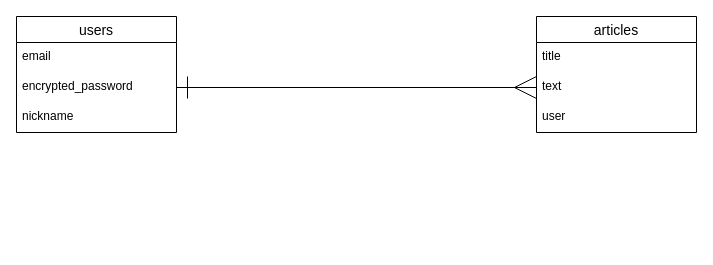
Above: potsicleapp.dio in kazuki0925/posticleapp (draw.io), before the change. Source tidied: cells renumbered, new cells numbered last; positions are measured from the earlier drawing's top-left corner, leaving out a move shared by most shapes. Both pictures are drawn from the tidied source at 100%, with x=0, y=0 at pixel (16, 16).
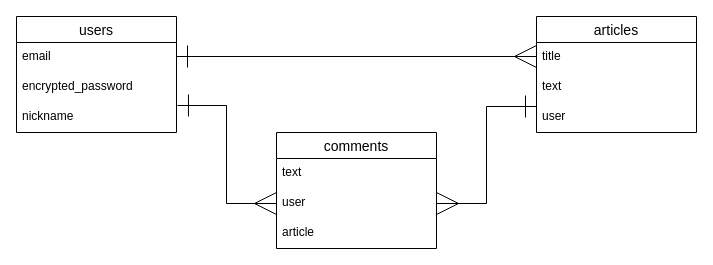
After the change.

Unchanged cells that the change refers to:
```xml
<mxCell id="4" value="encrypted_password" style="text;strokeColor=none;fillColor=none;spacingLeft=4;spacingRight=4;overflow=hidden;points=[[0,0.5],[1,0.5]];portConstraint=eastwest;fontSize=12;" parent="2" vertex="1">
  <mxGeometry y="56" width="160" height="30" as="geometry" />
</mxCell>
<mxCell id="8" value="text" style="text;strokeColor=none;fillColor=none;spacingLeft=4;spacingRight=4;overflow=hidden;points=[[0,0.5],[1,0.5]];portConstraint=eastwest;fontSize=12;" parent="6" vertex="1">
  <mxGeometry y="56" width="160" height="30" as="geometry" />
</mxCell>
```

Diff of the diagram source:
```diff
@@
-    <mxCell id="10" style="edgeStyle=orthogonalEdgeStyle;rounded=0;jettySize=auto;html=1;exitX=1;exitY=0.5;exitDx=0;exitDy=0;entryX=0;entryY=0.5;entryDx=0;entryDy=0;endArrow=ERmany;endFill=0;endSize=20;startArrow=ERone;startFill=0;startSize=20;" parent="1" edge="1" source="4" target="8">
-      <mxGeometry relative="1" as="geometry" />
+    <mxCell id="10" style="edgeStyle=orthogonalEdgeStyle;rounded=0;orthogonalLoop=1;jettySize=auto;html=1;endArrow=ERmany;endFill=0;endSize=20;startArrow=ERone;startFill=0;startSize=20;" parent="1" edge="1">
+      <mxGeometry relative="1" as="geometry">
+        <mxPoint x="160" y="40" as="sourcePoint" />
+        <mxPoint x="520" y="40" as="targetPoint" />
+        <Array as="points">
+          <mxPoint x="520" y="40" />
+        </Array>
+      </mxGeometry>
     </mxCell>
+    <mxCell id="11" value="comments" style="swimlane;fontStyle=0;horizontal=1;startSize=26;align=center;fontSize=14;" parent="1" vertex="1">
+      <mxGeometry x="260" y="116" width="160" height="116" as="geometry" />
+    </mxCell>
+    <mxCell id="12" value="text" style="text;strokeColor=none;fillColor=none;spacingLeft=4;spacingRight=4;overflow=hidden;fontSize=12;" parent="11" vertex="1">
+      <mxGeometry y="26" width="160" height="30" as="geometry" />
+    </mxCell>
+    <mxCell id="13" value="user" style="text;strokeColor=none;fillColor=none;spacingLeft=4;spacingRight=4;overflow=hidden;points=[[0,0.5],[1,0.5]];portConstraint=eastwest;fontSize=12;" parent="11" vertex="1">
+      <mxGeometry y="56" width="160" height="30" as="geometry" />
+    </mxCell>
+    <mxCell id="14" value="article&#10;" style="text;strokeColor=none;fillColor=none;spacingLeft=4;spacingRight=4;overflow=hidden;fontSize=12;" parent="11" vertex="1">
+      <mxGeometry y="86" width="160" height="30" as="geometry" />
+    </mxCell>
+    <mxCell id="15" style="edgeStyle=orthogonalEdgeStyle;rounded=0;jettySize=auto;html=1;exitX=1;exitY=0.5;exitDx=0;exitDy=0;endArrow=ERone;endFill=0;endSize=20;startArrow=ERmany;startFill=0;startSize=20;" parent="1" edge="1" source="13">
+      <mxGeometry relative="1" as="geometry">
+        <mxPoint x="520" y="90" as="targetPoint" />
+        <Array as="points">
+          <mxPoint x="470" y="187" />
+          <mxPoint x="470" y="90" />
+          <mxPoint x="520" y="90" />
+        </Array>
+      </mxGeometry>
+    </mxCell>
+    <mxCell id="16" style="edgeStyle=orthogonalEdgeStyle;rounded=0;jettySize=auto;html=1;exitX=0;exitY=0.5;exitDx=0;exitDy=0;entryX=1.006;entryY=1.1;entryDx=0;entryDy=0;entryPerimeter=0;startArrow=ERmany;startFill=0;startSize=20;endArrow=ERone;endFill=0;endSize=20;" parent="1" edge="1" source="13" target="4">
+      <mxGeometry relative="1" as="geometry" />
+    </mxCell>
```
